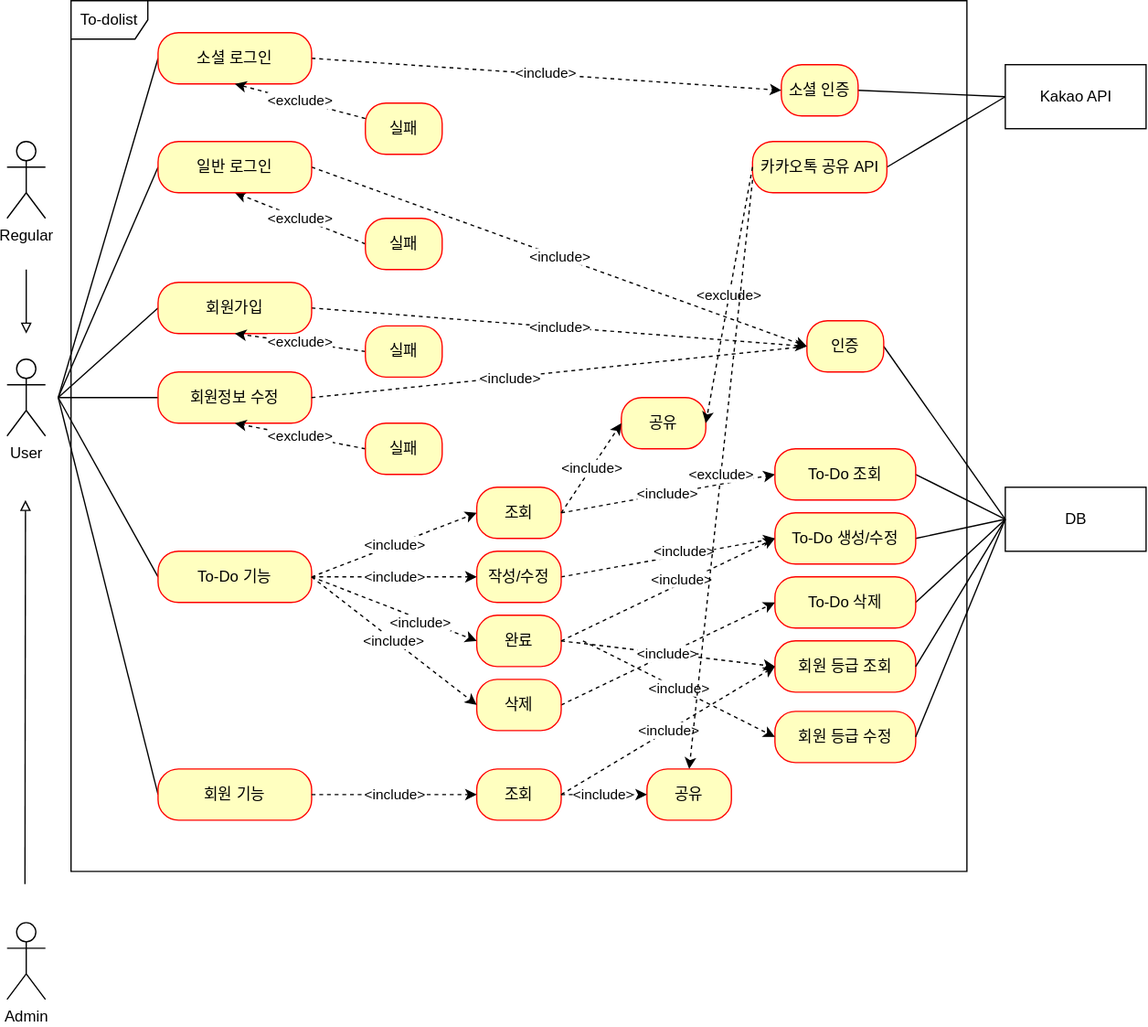
The draw.io diagram documents/use-case.drawio.svg in mrcocoball/To-Dolist, before a commit. Source tidied: cells renumbered, new cells last; positions are measured from the earlier drawing's top-left corner, leaving out a move shared by most shapes.
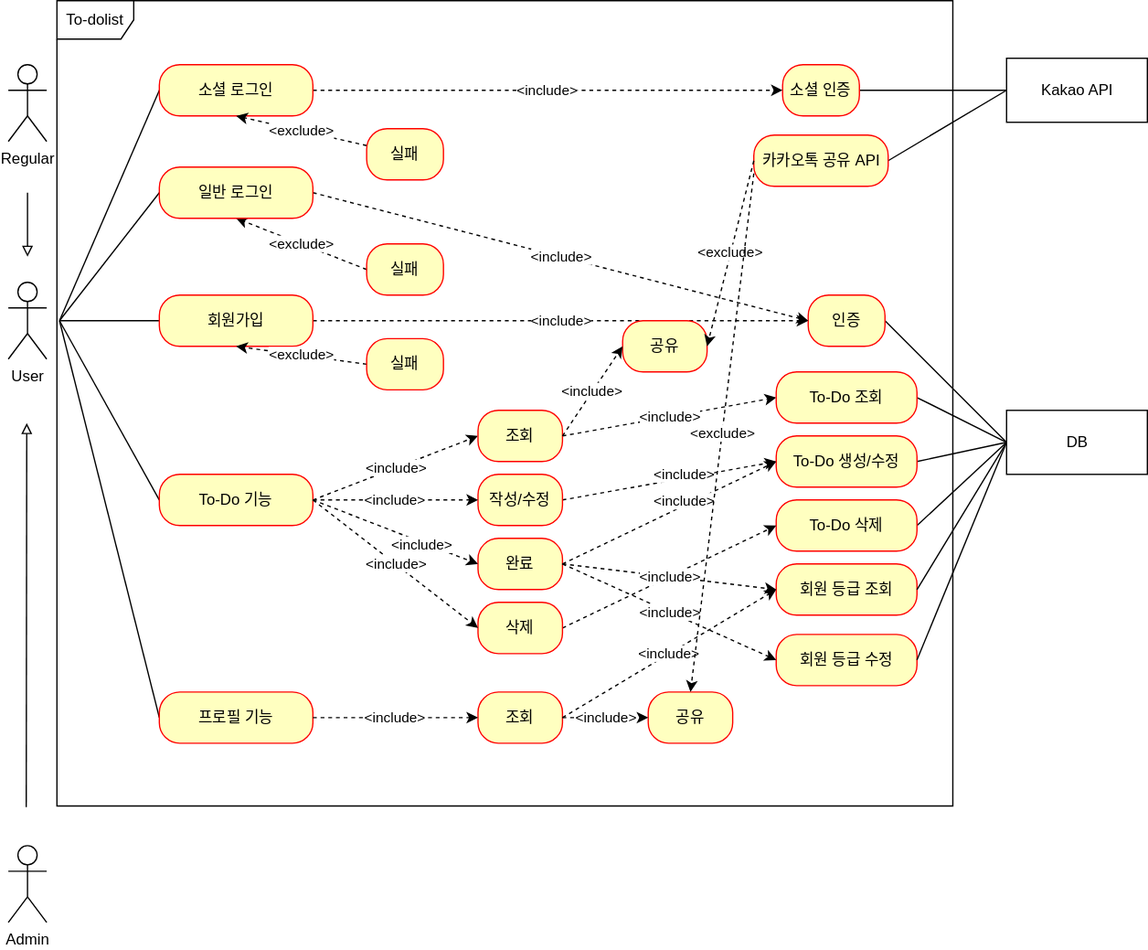
The same file after the commit.

Commit message:
#42 - use-case 수정

Diff of the diagram source:
```diff
@@ -3,7 +3,7 @@
     <mxCell id="0" />
     <mxCell id="1" parent="0" />
     <mxCell id="2" value="To-dolist" style="shape=umlFrame;whiteSpace=wrap;html=1;" parent="1" vertex="1">
-      <mxGeometry x="50" width="700" height="680" as="geometry" />
+      <mxGeometry x="38" y="60" width="700" height="629" as="geometry" />
     </mxCell>
     <mxCell id="3" style="rounded=0;jettySize=auto;html=1;entryX=0;entryY=0.5;entryDx=0;entryDy=0;endArrow=none;endFill=0;" parent="1" edge="1" target="20">
       <mxGeometry relative="1" as="geometry">
@@ -15,11 +15,6 @@
         <mxPoint x="40" y="310" as="sourcePoint" />
       </mxGeometry>
     </mxCell>
-    <mxCell id="5" style="edgeStyle=none;rounded=0;jettySize=auto;html=1;entryX=0;entryY=0.5;entryDx=0;entryDy=0;endArrow=none;endFill=0;" parent="1" edge="1" target="16">
-      <mxGeometry relative="1" as="geometry">
-        <mxPoint x="40" y="310" as="sourcePoint" />
-      </mxGeometry>
-    </mxCell>
     <mxCell id="6" value="User" style="shape=umlActor;verticalLabelPosition=bottom;verticalAlign=top;html=1;" parent="1" vertex="1">
       <mxGeometry y="280" width="30" height="60" as="geometry" />
     </mxCell>
@@ -30,40 +25,31 @@
       <mxGeometry relative="1" as="geometry" />
     </mxCell>
     <mxCell id="9" value="인증" style="rounded=1;whiteSpace=wrap;html=1;arcSize=40;fontColor=#000000;fillColor=#ffffc0;strokeColor=#ff0000;" parent="1" vertex="1">
-      <mxGeometry x="625" y="250" width="60" height="40" as="geometry" />
+      <mxGeometry x="625" y="290" width="60" height="40" as="geometry" />
     </mxCell>
     <mxCell id="10" value="&amp;lt;exclude&amp;gt;" style="edgeStyle=none;rounded=0;jettySize=auto;html=1;entryX=0.5;entryY=1;entryDx=0;entryDy=0;dashed=1;endArrow=classic;endFill=1;exitX=0;exitY=0.5;exitDx=0;exitDy=0;" parent="1" edge="1" source="11" target="20">
       <mxGeometry relative="1" as="geometry" />
     </mxCell>
     <mxCell id="11" value="실패" style="rounded=1;whiteSpace=wrap;html=1;arcSize=40;fontColor=#000000;fillColor=#ffffc0;strokeColor=#ff0000;" parent="1" vertex="1">
-      <mxGeometry x="280" y="170" width="60" height="40" as="geometry" />
+      <mxGeometry x="280" y="250" width="60" height="40" as="geometry" />
     </mxCell>
     <mxCell id="12" value="&amp;lt;include&amp;gt;" style="edgeStyle=none;rounded=0;jettySize=auto;html=1;entryX=0;entryY=0.5;entryDx=0;entryDy=0;dashed=1;endArrow=classic;endFill=1;exitX=1;exitY=0.5;exitDx=0;exitDy=0;" parent="1" edge="1" source="13" target="9">
       <mxGeometry relative="1" as="geometry" />
     </mxCell>
     <mxCell id="13" value="회원가입" style="rounded=1;whiteSpace=wrap;html=1;arcSize=40;fontColor=#000000;fillColor=#ffffc0;strokeColor=#ff0000;" parent="1" vertex="1">
-      <mxGeometry x="118" y="220" width="120" height="40" as="geometry" />
+      <mxGeometry x="118" y="290" width="120" height="40" as="geometry" />
     </mxCell>
     <mxCell id="14" value="&amp;lt;exclude&amp;gt;" style="edgeStyle=none;rounded=0;jettySize=auto;html=1;entryX=0.5;entryY=1;entryDx=0;entryDy=0;dashed=1;endArrow=classic;endFill=1;exitX=0;exitY=0.5;exitDx=0;exitDy=0;" parent="1" edge="1" source="15" target="13">
       <mxGeometry relative="1" as="geometry" />
     </mxCell>
     <mxCell id="15" value="실패" style="rounded=1;whiteSpace=wrap;html=1;arcSize=40;fontColor=#000000;fillColor=#ffffc0;strokeColor=#ff0000;" parent="1" vertex="1">
-      <mxGeometry x="280" y="254" width="60" height="40" as="geometry" />
+      <mxGeometry x="280" y="324" width="60" height="40" as="geometry" />
     </mxCell>
-    <mxCell id="16" value="회원정보 수정" style="rounded=1;whiteSpace=wrap;html=1;arcSize=40;fontColor=#000000;fillColor=#ffffc0;strokeColor=#ff0000;" parent="1" vertex="1">
-      <mxGeometry x="118" y="290" width="120" height="40" as="geometry" />
-    </mxCell>
-    <mxCell id="17" value="&amp;lt;exclude&amp;gt;" style="edgeStyle=none;rounded=0;jettySize=auto;html=1;entryX=0.5;entryY=1;entryDx=0;entryDy=0;dashed=1;endArrow=classic;endFill=1;exitX=0;exitY=0.5;exitDx=0;exitDy=0;" parent="1" edge="1" source="18" target="16">
-      <mxGeometry relative="1" as="geometry" />
-    </mxCell>
-    <mxCell id="18" value="실패" style="rounded=1;whiteSpace=wrap;html=1;arcSize=40;fontColor=#000000;fillColor=#ffffc0;strokeColor=#ff0000;" parent="1" vertex="1">
-      <mxGeometry x="280" y="330" width="60" height="40" as="geometry" />
-    </mxCell>
     <mxCell id="19" value="&amp;lt;include&amp;gt;" style="edgeStyle=none;rounded=0;jettySize=auto;html=1;entryX=0;entryY=0.5;entryDx=0;entryDy=0;dashed=1;endArrow=classic;endFill=1;exitX=1;exitY=0.5;exitDx=0;exitDy=0;" parent="1" edge="1" source="20" target="9">
       <mxGeometry relative="1" as="geometry" />
     </mxCell>
     <mxCell id="20" value="일반 로그인" style="rounded=1;whiteSpace=wrap;html=1;arcSize=40;fontColor=#000000;fillColor=#ffffc0;strokeColor=#ff0000;" parent="1" vertex="1">
-      <mxGeometry x="118" y="110" width="120" height="40" as="geometry" />
+      <mxGeometry x="118" y="190" width="120" height="40" as="geometry" />
     </mxCell>
     <mxCell id="21" style="edgeStyle=none;rounded=0;jettySize=auto;html=1;entryX=0;entryY=0.5;entryDx=0;entryDy=0;endArrow=none;endFill=0;exitX=1;exitY=0.5;exitDx=0;exitDy=0;" parent="1" edge="1" source="48" target="7">
       <mxGeometry relative="1" as="geometry" />
@@ -103,7 +89,7 @@
     <mxCell id="30" value="&amp;lt;include&amp;gt;" style="edgeStyle=none;rounded=0;jettySize=auto;html=1;entryX=0;entryY=0.5;entryDx=0;entryDy=0;dashed=1;endArrow=classic;endFill=1;exitX=1;exitY=0.5;exitDx=0;exitDy=0;" parent="1" edge="1" source="53" target="23">
       <mxGeometry relative="1" as="geometry" />
     </mxCell>
-    <mxCell id="31" value="회원 기능" style="rounded=1;whiteSpace=wrap;html=1;arcSize=40;fontColor=#000000;fillColor=#ffffc0;strokeColor=#ff0000;" parent="1" vertex="1">
+    <mxCell id="31" value="프로필 기능" style="rounded=1;whiteSpace=wrap;html=1;arcSize=40;fontColor=#000000;fillColor=#ffffc0;strokeColor=#ff0000;" parent="1" vertex="1">
       <mxGeometry x="118" y="600" width="120" height="40" as="geometry" />
     </mxCell>
     <mxCell id="32" style="edgeStyle=none;rounded=0;jettySize=auto;html=1;endArrow=none;endFill=0;exitX=0;exitY=0.5;exitDx=0;exitDy=0;" parent="1" edge="1" source="34">
@@ -118,13 +104,13 @@
       <mxGeometry x="118" y="430" width="120" height="40" as="geometry" />
     </mxCell>
     <mxCell id="35" value="Kakao API" style="html=1;" parent="1" vertex="1">
-      <mxGeometry x="780" y="50" width="110" height="50" as="geometry" />
+      <mxGeometry x="780" y="105" width="110" height="50" as="geometry" />
     </mxCell>
     <mxCell id="36" style="edgeStyle=none;rounded=0;jettySize=auto;html=1;entryX=0;entryY=0.5;entryDx=0;entryDy=0;endArrow=none;endFill=0;exitX=1;exitY=0.5;exitDx=0;exitDy=0;" parent="1" edge="1" source="37" target="35">
       <mxGeometry relative="1" as="geometry" />
     </mxCell>
     <mxCell id="37" value="소셜 인증" style="rounded=1;whiteSpace=wrap;html=1;arcSize=40;fontColor=#000000;fillColor=#ffffc0;strokeColor=#ff0000;" parent="1" vertex="1">
-      <mxGeometry x="605" y="50" width="60" height="40" as="geometry" />
+      <mxGeometry x="605" y="110" width="60" height="40" as="geometry" />
     </mxCell>
     <mxCell id="38" style="edgeStyle=none;rounded=0;jettySize=auto;html=1;entryX=0;entryY=0.5;entryDx=0;entryDy=0;endArrow=none;endFill=0;exitX=1;exitY=0.5;exitDx=0;exitDy=0;" parent="1" edge="1" source="39" target="7">
       <mxGeometry relative="1" as="geometry" />
@@ -141,23 +127,17 @@
       <mxGeometry relative="1" as="geometry" />
     </mxCell>
     <mxCell id="42" value="소셜 로그인" style="rounded=1;whiteSpace=wrap;html=1;arcSize=40;fontColor=#000000;fillColor=#ffffc0;strokeColor=#ff0000;" parent="1" vertex="1">
-      <mxGeometry x="118" y="25" width="120" height="40" as="geometry" />
+      <mxGeometry x="118" y="110" width="120" height="40" as="geometry" />
     </mxCell>
     <mxCell id="43" value="&amp;lt;exclude&amp;gt;" style="edgeStyle=none;rounded=0;jettySize=auto;html=1;entryX=0.5;entryY=1;entryDx=0;entryDy=0;dashed=1;endArrow=classic;endFill=1;" parent="1" edge="1" source="44" target="42">
       <mxGeometry relative="1" as="geometry" />
     </mxCell>
     <mxCell id="44" value="실패" style="rounded=1;whiteSpace=wrap;html=1;arcSize=40;fontColor=#000000;fillColor=#ffffc0;strokeColor=#ff0000;" parent="1" vertex="1">
-      <mxGeometry x="280" y="80" width="60" height="40" as="geometry" />
+      <mxGeometry x="280" y="160" width="60" height="40" as="geometry" />
     </mxCell>
     <mxCell id="45" value="&amp;lt;include&amp;gt;" style="edgeStyle=none;rounded=0;jettySize=auto;html=1;entryX=0;entryY=0.5;entryDx=0;entryDy=0;endArrow=classic;endFill=1;dashed=1;exitX=1;exitY=0.5;exitDx=0;exitDy=0;" parent="1" edge="1" source="50" target="48">
       <mxGeometry relative="1" as="geometry" />
     </mxCell>
-    <mxCell id="46" style="edgeStyle=none;rounded=0;jettySize=auto;html=1;dashed=1;endArrow=none;endFill=1;entryX=0;entryY=0.5;entryDx=0;entryDy=0;exitX=1;exitY=0.5;exitDx=0;exitDy=0;" parent="1" edge="1" source="16" target="9">
-      <mxGeometry relative="1" as="geometry" />
-    </mxCell>
-    <mxCell id="47" value="&amp;lt;include&amp;gt;" style="edgeLabel;html=1;align=center;verticalAlign=middle;" parent="46" vertex="1">
-      <mxGeometry x="-0.2" relative="1" as="geometry" />
-    </mxCell>
     <mxCell id="48" value="To-Do 조회" style="rounded=1;whiteSpace=wrap;html=1;arcSize=40;fontColor=#000000;fillColor=#ffffc0;strokeColor=#ff0000;" parent="1" vertex="1">
       <mxGeometry x="600" y="350" width="110" height="40" as="geometry" />
     </mxCell>
@@ -198,7 +178,7 @@
       <mxGeometry relative="1" as="geometry" />
     </mxCell>
     <mxCell id="61" value="카카오톡 공유 API" style="rounded=1;whiteSpace=wrap;html=1;arcSize=40;fontColor=#000000;fillColor=#ffffc0;strokeColor=#ff0000;" parent="1" vertex="1">
-      <mxGeometry x="582.5" y="110" width="105" height="40" as="geometry" />
+      <mxGeometry x="582.5" y="165" width="105" height="40" as="geometry" />
     </mxCell>
     <mxCell id="62" value="회원 등급 조회" style="rounded=1;whiteSpace=wrap;html=1;arcSize=40;fontColor=#000000;fillColor=#ffffc0;strokeColor=#ff0000;" parent="1" vertex="1">
       <mxGeometry x="600" y="500" width="110" height="40" as="geometry" />
@@ -212,10 +192,8 @@
     <mxCell id="65" value="&amp;lt;include&amp;gt;" style="edgeStyle=none;rounded=0;jettySize=auto;html=1;entryX=0;entryY=0.5;entryDx=0;entryDy=0;dashed=1;endArrow=classic;endFill=1;exitX=1;exitY=0.5;exitDx=0;exitDy=0;" parent="1" edge="1" source="51" target="62">
       <mxGeometry relative="1" as="geometry" />
     </mxCell>
-    <mxCell id="66" value="&amp;lt;include&amp;gt;" style="edgeStyle=none;rounded=0;jettySize=auto;html=1;entryX=0;entryY=0.5;entryDx=0;entryDy=0;dashed=1;endArrow=classic;endFill=1;" parent="1" edge="1" target="63">
-      <mxGeometry relative="1" as="geometry">
-        <mxPoint x="450" y="500" as="sourcePoint" />
-      </mxGeometry>
+    <mxCell id="66" value="&amp;lt;include&amp;gt;" style="edgeStyle=none;rounded=0;jettySize=auto;html=1;entryX=0;entryY=0.5;entryDx=0;entryDy=0;dashed=1;endArrow=classic;endFill=1;exitX=1;exitY=0.5;exitDx=0;exitDy=0;" parent="1" edge="1" source="51" target="63">
+      <mxGeometry relative="1" as="geometry" />
     </mxCell>
     <mxCell id="67" value="공유" style="rounded=1;whiteSpace=wrap;html=1;arcSize=40;fontColor=#000000;fillColor=#ffffc0;strokeColor=#ff0000;" parent="1" vertex="1">
       <mxGeometry x="500" y="600" width="66" height="40" as="geometry" />
```
